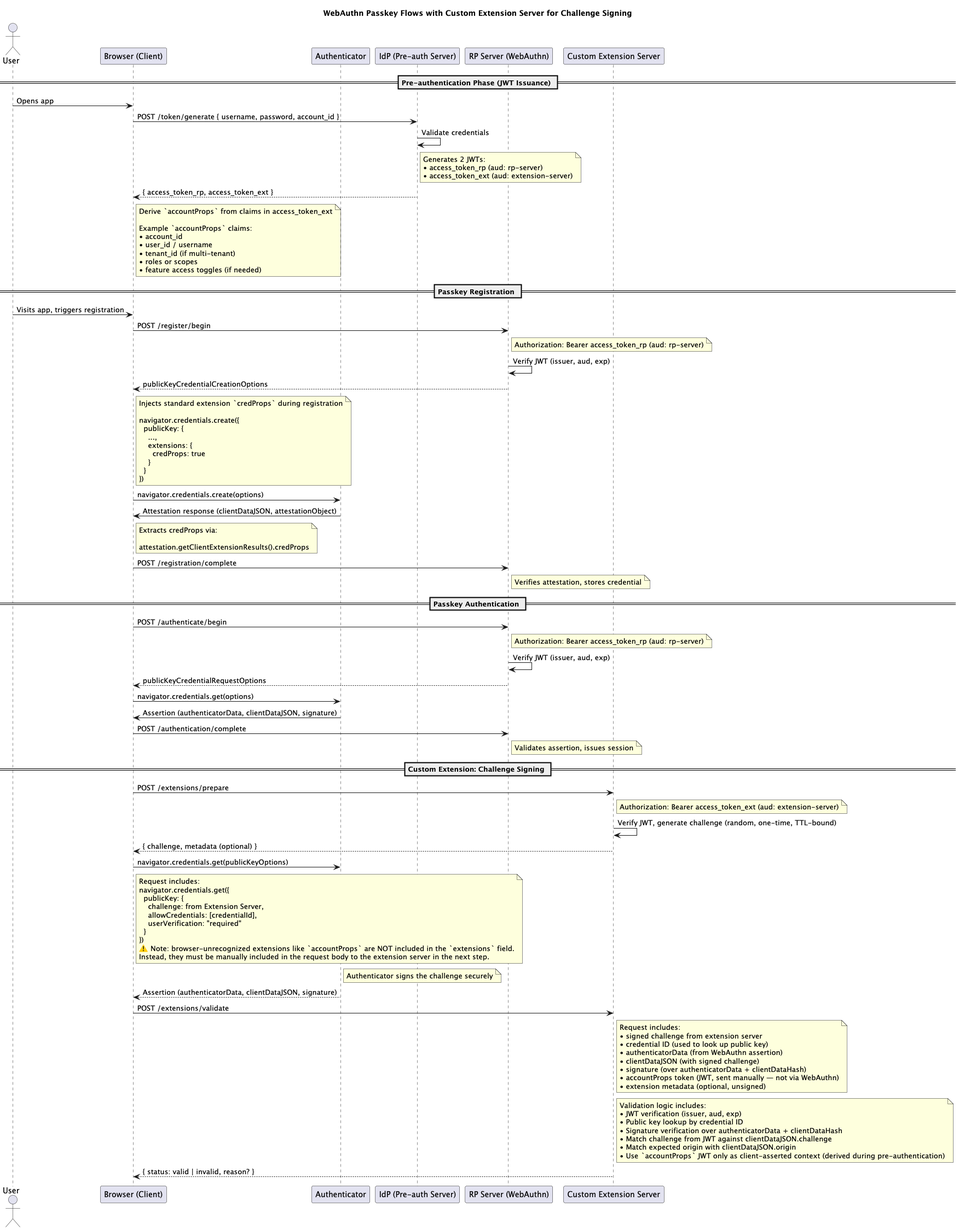
nithyanatarajan/simpleFIDO keeps this PlantUML diagram as diagrams/sequence.png. Above is the earlier version. The source it was exported from:
```plantuml
@startuml
title WebAuthn Passkey Flows with Custom Extension Server for Challenge Signing

actor User
participant "Browser (Client)" as Browser
participant "Authenticator" as Auth
participant "IdP (Pre-auth Server)" as IdP
participant "RP Server (WebAuthn)" as RP
participant "Custom Extension Server" as ExtServer

== Pre-authentication Phase (JWT Issuance) ==
User -> Browser: Opens app
Browser -> IdP: POST /token/generate { username, password, account_id }
IdP -> IdP: Validate credentials
note right of IdP: Generates 2 JWTs:\n• access_token_rp (aud: rp-server)\n• access_token_ext (aud: extension-server)
IdP --> Browser: { access_token_rp, access_token_ext }
note right of Browser
Derive `accountProps` from claims in access_token_ext

Example `accountProps` claims:
• account_id
• user_id / username
• tenant_id (if multi-tenant)
• roles or scopes
• feature access toggles (if needed)
end note

== Passkey Registration ==
User -> Browser: Visits app, triggers registration
Browser -> RP: POST /register/begin
note right of RP: Authorization: Bearer access_token_rp (aud: rp-server)
RP -> RP: Verify JWT (issuer, aud, exp)
RP --> Browser: publicKeyCredentialCreationOptions
note right of Browser
Injects standard extension `credProps` during registration

navigator.credentials.create({
  publicKey: {
    ...,
    extensions: {
      credProps: true
    }
  }
})
end note

Browser -> Auth: navigator.credentials.create(options)
Auth -> Browser: Attestation response (clientDataJSON, attestationObject)
note right of Browser
Extracts credProps via:

attestation.getClientExtensionResults().credProps
end note


Browser -> RP: POST /registration/complete
note right of RP: Verifies attestation, stores credential

== Passkey Authentication ==
Browser -> RP: POST /authenticate/begin
note right of RP: Authorization: Bearer access_token_rp (aud: rp-server)
RP -> RP: Verify JWT (issuer, aud, exp)
RP --> Browser: publicKeyCredentialRequestOptions
Browser -> Auth: navigator.credentials.get(options)
Auth -> Browser: Assertion (authenticatorData, clientDataJSON, signature)
Browser -> RP: POST /authentication/complete
note right of RP: Validates assertion, issues session

== Custom Extension: Challenge Signing ==
Browser -> ExtServer: POST /extensions/prepare
note right of ExtServer: Authorization: Bearer access_token_ext (aud: extension-server)
ExtServer -> ExtServer: Verify JWT, generate challenge (random, one-time, TTL-bound)
ExtServer --> Browser: { challenge, metadata (optional) }

Browser -> Auth: navigator.credentials.get(publicKeyOptions)
note right of Browser
Request includes:
navigator.credentials.get({
  publicKey: {
    challenge: from Extension Server,
    allowCredentials: [credentialId],
    userVerification: "required"
  }
})
⚠️ Note: browser-unrecognized extensions like `accountProps` are NOT included in the `extensions` field.
Instead, they must be manually included in the request body to the extension server in the next step.
end note

note right of Auth: Authenticator signs the challenge securely
Auth --> Browser: Assertion (authenticatorData, clientDataJSON, signature)

Browser -> ExtServer: POST /extensions/validate
note right of ExtServer
Request includes:
• signed challenge from extension server
• credential ID (used to look up public key)
• authenticatorData (from WebAuthn assertion)
• clientDataJSON (with signed challenge)
• signature (over authenticatorData + clientDataHash)
• accountProps token (JWT, sent manually — not via WebAuthn)
• extension metadata (optional, unsigned)
end note

note right of ExtServer
Validation logic includes:
• JWT verification (issuer, aud, exp)
• Public key lookup by credential ID
• Signature verification over authenticatorData + clientDataHash
• Match challenge from JWT against clientDataJSON.challenge
• Match expected origin with clientDataJSON.origin
• Use `accountProps` JWT only as client-asserted context (derived during pre-authentication)
end note
ExtServer --> Browser: { status: valid | invalid, reason? }
@enduml
```
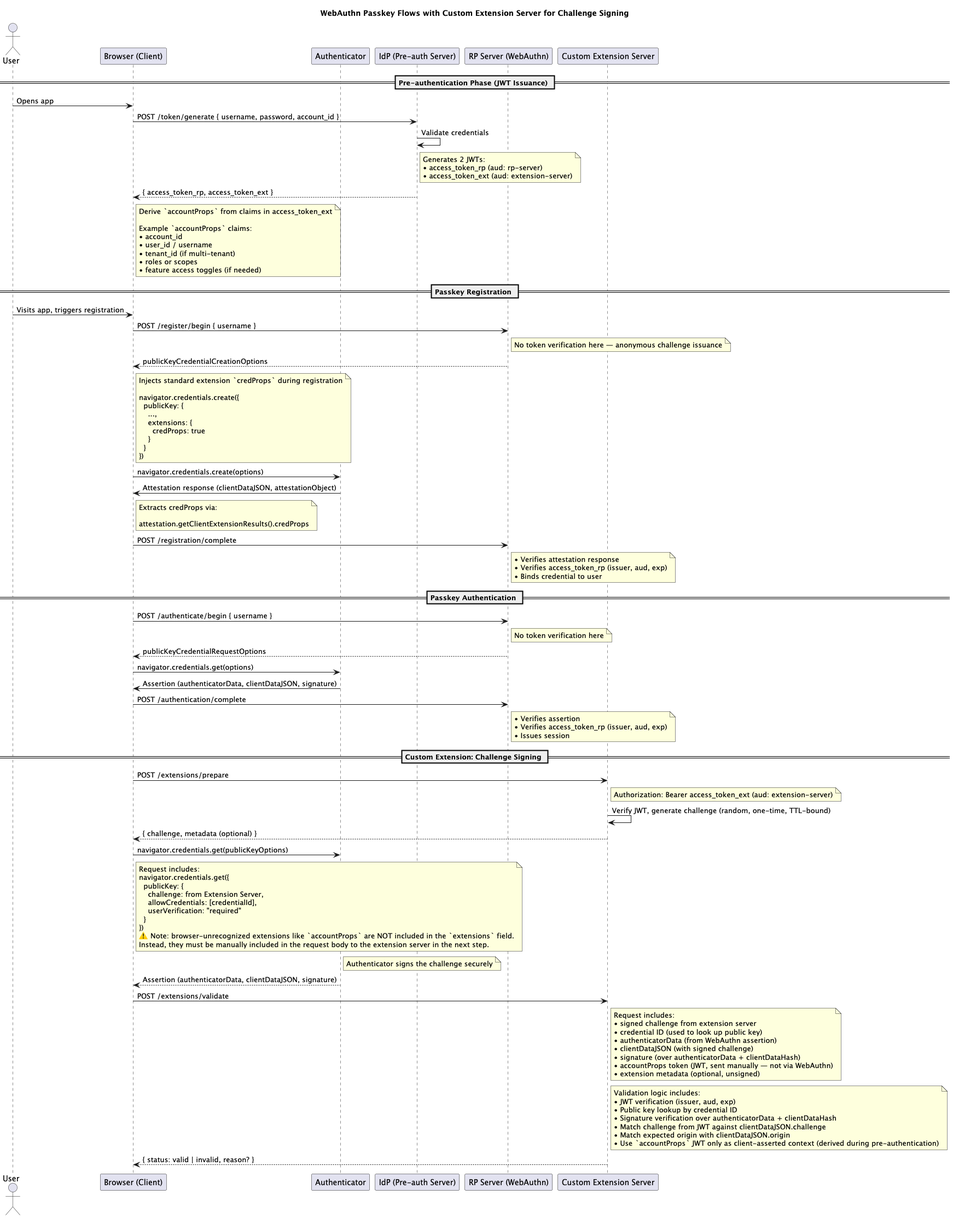
The same file after the commit.

The edit, as a diff of the source:
```diff
@@ -27,9 +27,8 @@
 
 == Passkey Registration ==
 User -> Browser: Visits app, triggers registration
-Browser -> RP: POST /register/begin
-note right of RP: Authorization: Bearer access_token_rp (aud: rp-server)
-RP -> RP: Verify JWT (issuer, aud, exp)
+Browser -> RP: POST /register/begin { username }
+note right of RP: No token verification here — anonymous challenge issuance
 RP --> Browser: publicKeyCredentialCreationOptions
 note right of Browser
 Injects standard extension `credProps` during registration
@@ -54,17 +53,26 @@
 
 
 Browser -> RP: POST /registration/complete
-note right of RP: Verifies attestation, stores credential
+note right of RP
+• Verifies attestation response
+• Verifies access_token_rp (issuer, aud, exp)
+• Binds credential to user
+end note
 
 == Passkey Authentication ==
-Browser -> RP: POST /authenticate/begin
-note right of RP: Authorization: Bearer access_token_rp (aud: rp-server)
-RP -> RP: Verify JWT (issuer, aud, exp)
+Browser -> RP: POST /authenticate/begin { username }
+note right of RP: No token verification here
 RP --> Browser: publicKeyCredentialRequestOptions
+
 Browser -> Auth: navigator.credentials.get(options)
 Auth -> Browser: Assertion (authenticatorData, clientDataJSON, signature)
+
 Browser -> RP: POST /authentication/complete
-note right of RP: Validates assertion, issues session
+note right of RP
+• Verifies assertion
+• Verifies access_token_rp (issuer, aud, exp)
+• Issues session
+end note
 
 == Custom Extension: Challenge Signing ==
 Browser -> ExtServer: POST /extensions/prepare
@@ -110,5 +118,7 @@
 • Match expected origin with clientDataJSON.origin
 • Use `accountProps` JWT only as client-asserted context (derived during pre-authentication)
 end note
+
 ExtServer --> Browser: { status: valid | invalid, reason? }
+
 @enduml
```
